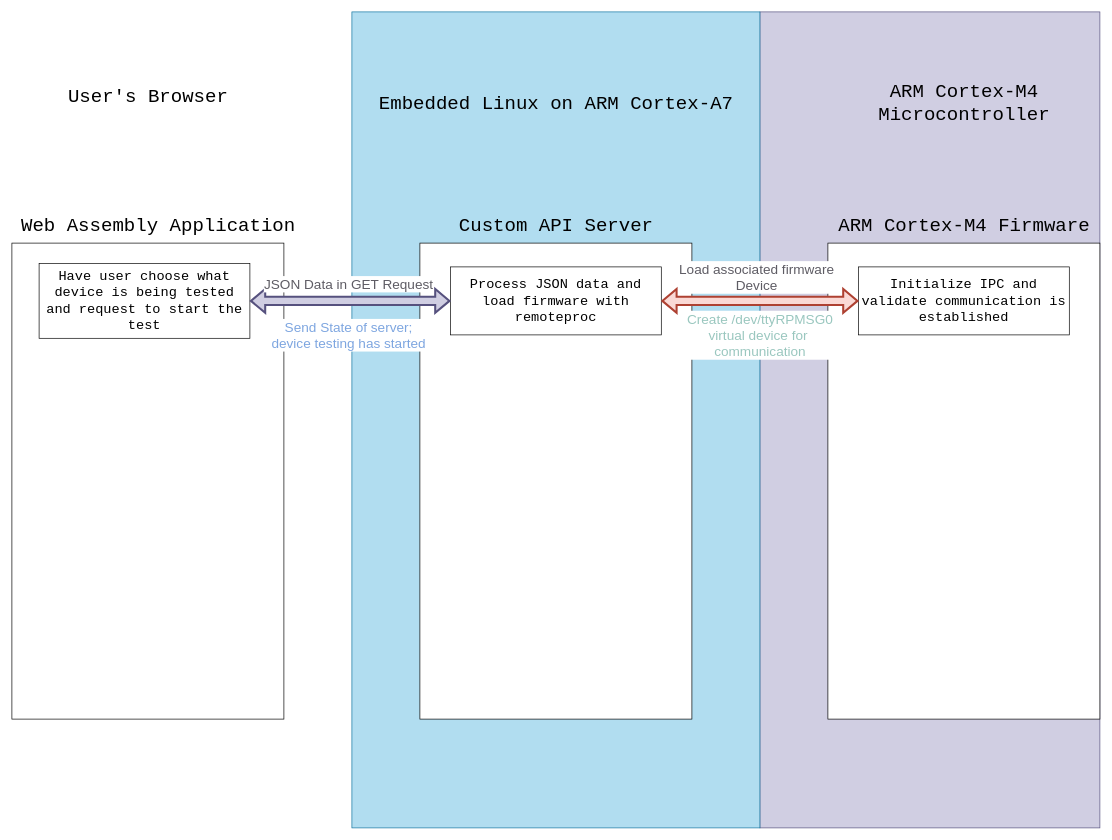
Before: assets/Untitled Diagram.drawio in DMGDy/SeniorDesign-FinalReport, a draw.io diagram. Source tidied: cells renumbered, new cells numbered last; positions are measured from the earlier drawing's top-left corner, leaving out a move shared by most shapes. Both pictures are drawn from the tidied source at 68%, with x=0, y=0 at pixel (12, 12).
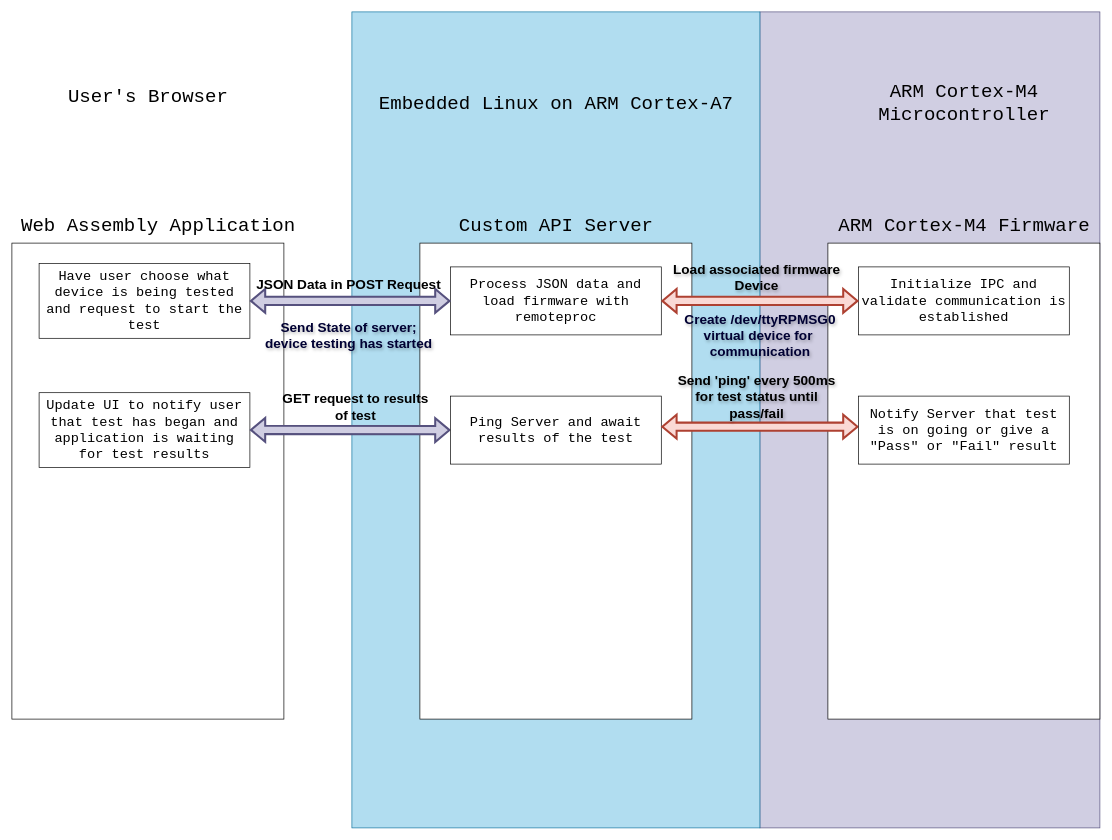
After the change.

Diff of the diagram source:
```diff
@@
-    <mxCell id="16" value="&lt;font color=&quot;#5e5c64&quot;&gt;JSON Data in GET Request&lt;/font&gt;" style="text;html=1;align=center;verticalAlign=middle;strokeColor=none;fillColor=none;fontSize=20;fontColor=#7EA6E0;labelBackgroundColor=default;" parent="1" vertex="1">
-      <mxGeometry x="360" y="380" width="270" height="40" as="geometry" />
+    <mxCell id="16" value="&lt;font&gt;JSON Data in POST Request&lt;/font&gt;" style="text;html=1;align=center;verticalAlign=middle;strokeColor=none;fillColor=none;fontSize=20;fontColor=default;labelBackgroundColor=none;fontStyle=1;" parent="1" vertex="1">
+      <mxGeometry x="350" y="380" width="290" height="40" as="geometry" />
     </mxCell>
@@
-    <mxCell id="19" value="&lt;font color=&quot;#5e5c64&quot;&gt;Load associated firmware&lt;br&gt;Device&lt;br&gt;&lt;/font&gt;" style="text;html=1;align=center;verticalAlign=middle;strokeColor=none;fillColor=none;fontSize=20;fontColor=#7EA6E0;labelBackgroundColor=default;" parent="1" vertex="1">
+    <mxCell id="19" value="&lt;font&gt;Load associated firmware&lt;br&gt;Device&lt;br&gt;&lt;/font&gt;" style="text;html=1;align=center;verticalAlign=middle;strokeColor=none;fillColor=none;fontSize=20;fontColor=default;labelBackgroundColor=none;fontStyle=1;textShadow=1;" parent="1" vertex="1">
       <mxGeometry x="970" y="360" width="250" height="60" as="geometry" />
     </mxCell>
-    <mxCell id="20" value="&lt;div&gt;&lt;font color=&quot;#9ac7bf&quot;&gt;Create /dev/ttyRPMSG0&lt;/font&gt;&lt;/div&gt;&lt;div&gt;&lt;font color=&quot;#9ac7bf&quot;&gt;virtual device for&amp;nbsp;&lt;/font&gt;&lt;/div&gt;&lt;div&gt;&lt;font color=&quot;#9ac7bf&quot;&gt;communication&lt;br&gt;&lt;/font&gt;&lt;/div&gt;" style="text;html=1;align=center;verticalAlign=middle;strokeColor=none;fillColor=none;fontSize=20;fontColor=#7EA6E0;labelBackgroundColor=default;" parent="1" vertex="1">
+    <mxCell id="20" value="&lt;div&gt;&lt;font&gt;Create /dev/ttyRPMSG0&lt;/font&gt;&lt;/div&gt;&lt;div&gt;&lt;font&gt;virtual device for&amp;nbsp;&lt;/font&gt;&lt;/div&gt;&lt;div&gt;&lt;font&gt;communication&lt;br&gt;&lt;/font&gt;&lt;/div&gt;" style="text;html=1;align=center;verticalAlign=middle;strokeColor=none;fillColor=none;fontSize=20;fontColor=#000033;labelBackgroundColor=none;fontStyle=1;textShadow=1;" parent="1" vertex="1">
       <mxGeometry x="980" y="430" width="240" height="90" as="geometry" />
     </mxCell>
-    <mxCell id="21" value="Send State of server; &lt;br&gt;device testing has started" style="text;html=1;align=center;verticalAlign=middle;strokeColor=none;fillColor=none;fontSize=20;fontColor=#7EA6E0;labelBackgroundColor=default;" parent="1" vertex="1">
+    <mxCell id="21" value="Send State of server; &lt;br&gt;device testing has started" style="text;html=1;align=center;verticalAlign=middle;strokeColor=none;fillColor=none;fontSize=20;fontColor=#000033;labelBackgroundColor=none;fontStyle=1;textShadow=1;" parent="1" vertex="1">
       <mxGeometry x="370" y="445" width="250" height="60" as="geometry" />
     </mxCell>
+    <mxCell id="22" value="Update UI to notify user that test has began and application is waiting for test results" style="whiteSpace=wrap;html=1;fontSize=20;fontFamily=Courier New;" parent="1" vertex="1">
+      <mxGeometry x="40" y="560" width="310" height="110" as="geometry" />
+    </mxCell>
+    <mxCell id="23" style="shape=flexArrow;endArrow=classic;startArrow=classic;html=1;rounded=0;exitX=1;exitY=0.5;exitDx=0;exitDy=0;strokeWidth=3;fillColor=#d0cee2;strokeColor=#56517e;entryX=0;entryY=0.5;entryDx=0;entryDy=0;" parent="1" edge="1" target="25">
+      <mxGeometry relative="1" as="geometry">
+        <mxPoint x="350" y="614.7" as="sourcePoint" />
+      </mxGeometry>
+    </mxCell>
+    <mxCell id="24" value="&lt;font&gt;GET request to results &lt;br&gt;of test&lt;br&gt;&lt;/font&gt;" style="text;html=1;align=center;verticalAlign=middle;strokeColor=none;fillColor=none;fontSize=20;fontColor=default;labelBackgroundColor=none;fontStyle=1;" parent="1" vertex="1">
+      <mxGeometry x="395" y="550" width="220" height="60" as="geometry" />
+    </mxCell>
+    <mxCell id="25" value="Ping Server and await results of the test" style="whiteSpace=wrap;html=1;fontSize=20;fontFamily=Courier New;" parent="1" vertex="1">
+      <mxGeometry x="645" y="565" width="310" height="100" as="geometry" />
+    </mxCell>
+    <mxCell id="26" style="shape=flexArrow;endArrow=classic;startArrow=classic;html=1;rounded=0;exitX=1;exitY=0.5;exitDx=0;exitDy=0;entryX=0;entryY=0.5;entryDx=0;entryDy=0;fontSize=12;strokeWidth=3;fillColor=#fad9d5;strokeColor=#ae4132;" parent="1" edge="1">
+      <mxGeometry relative="1" as="geometry">
+        <mxPoint x="955" y="610" as="sourcePoint" />
+        <mxPoint x="1245" y="610" as="targetPoint" />
+      </mxGeometry>
+    </mxCell>
+    <mxCell id="27" value="&lt;div&gt;&lt;font&gt;Send 'ping' every 500ms&lt;/font&gt;&lt;/div&gt;&lt;div&gt;&lt;font&gt;for test status until&lt;/font&gt;&lt;/div&gt;&lt;div&gt;&lt;font&gt;pass/fail&lt;br&gt;&lt;/font&gt;&lt;/div&gt;" style="text;html=1;align=center;verticalAlign=middle;fillColor=none;fontSize=20;labelBackgroundColor=none;fontStyle=1;fontColor=default;textShadow=1;labelBorderColor=none;" parent="1" vertex="1">
+      <mxGeometry x="975" y="520" width="240" height="90" as="geometry" />
+    </mxCell>
+    <mxCell id="28" value="Notify Server that test is on going or give a &quot;Pass&quot; or &quot;Fail&quot; result" style="whiteSpace=wrap;html=1;fontSize=20;fontFamily=Courier New;" parent="1" vertex="1">
+      <mxGeometry x="1245" y="565" width="310" height="100" as="geometry" />
+    </mxCell>
```
